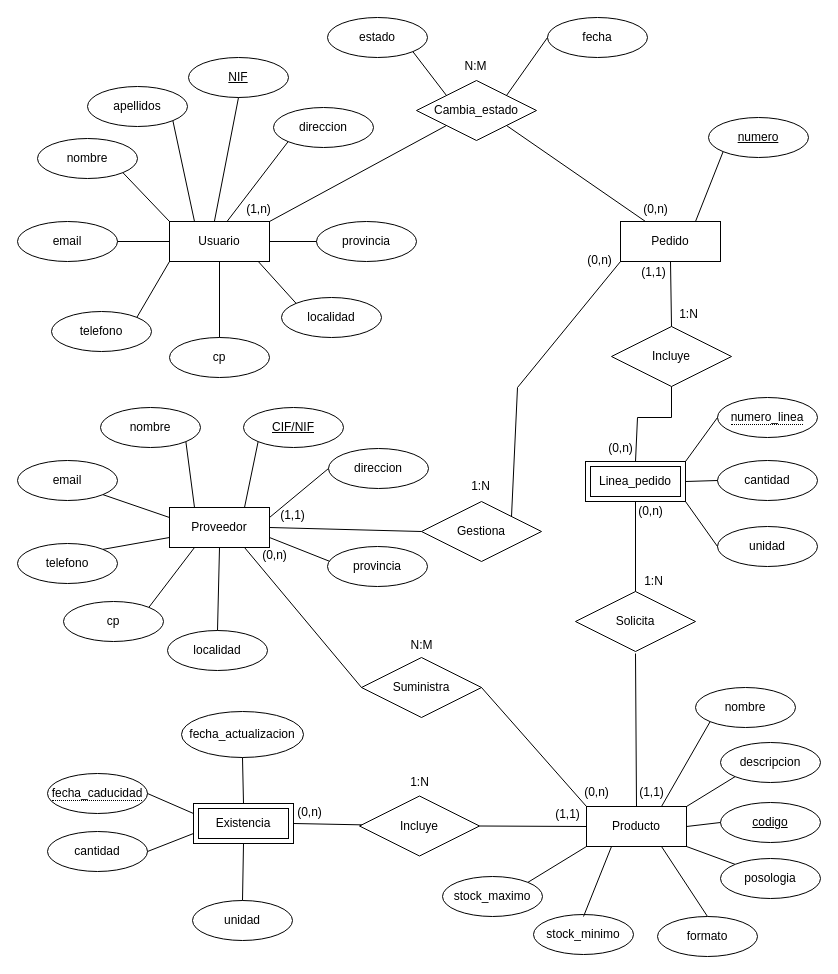
mariopr25/StockAlmacen-ER keeps this draw.io diagram as Diagrama sin título.drawio. Above is the earlier version. Source tidied: cells renumbered, new cells numbered last; positions are measured from the earlier drawing's top-left corner, leaving out a move shared by most shapes. Both pictures are drawn from the tidied source at 100%, with x=0, y=0 at pixel (17, 17).
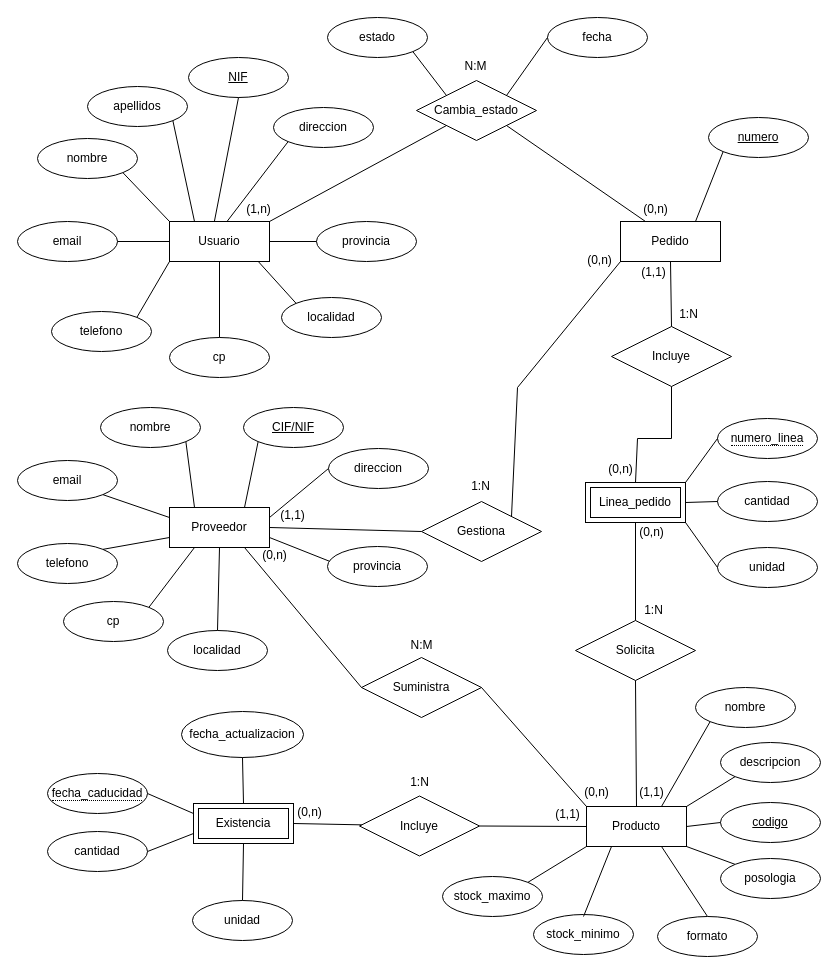
The same diagram, later.

The change refers to these unchanged cells:
```xml
<mxCell id="51" value="Incluye" style="shape=rhombus;perimeter=rhombusPerimeter;whiteSpace=wrap;html=1;align=center;" parent="1" vertex="1">
  <mxGeometry x="594" y="309" width="120" height="60" as="geometry" />
</mxCell>
<mxCell id="101" value="Producto" style="shape=ext;margin=3;double=0;whiteSpace=wrap;html=1;align=center;" parent="1" vertex="1">
  <mxGeometry x="569" y="789" width="100" height="40" as="geometry" />
</mxCell>
```

Diff of the diagram source:
```diff
@@
     <mxCell id="50" value="Linea_pedido" style="shape=ext;margin=3;double=1;whiteSpace=wrap;html=1;align=center;" parent="1" vertex="1">
-      <mxGeometry x="568" y="444" width="100" height="40" as="geometry" />
+      <mxGeometry x="568" y="465" width="100" height="40" as="geometry" />
     </mxCell>
@@
     <mxCell id="53" style="endArrow=none;html=1;rounded=0;entryX=0.5;entryY=0;entryDx=0;entryDy=0;exitX=0.5;exitY=1;exitDx=0;exitDy=0;" parent="1" edge="1" source="51" target="50">
       <mxGeometry relative="1" as="geometry">
         <Array as="points">
-          <mxPoint x="654" y="400" />
-          <mxPoint x="620" y="400" />
+          <mxPoint x="654" y="421" />
+          <mxPoint x="620" y="421" />
         </Array>
       </mxGeometry>
     </mxCell>
     <mxCell id="54" value="Solicita" style="shape=rhombus;perimeter=rhombusPerimeter;whiteSpace=wrap;html=1;align=center;" parent="1" vertex="1">
-      <mxGeometry x="558" y="574" width="120" height="60" as="geometry" />
+      <mxGeometry x="558" y="603" width="120" height="60" as="geometry" />
     </mxCell>
@@
-    <mxCell id="56" style="endArrow=none;html=1;rounded=0;entryX=0.5;entryY=1;entryDx=0;entryDy=0;exitX=0.5;exitY=0;exitDx=0;exitDy=0;" parent="1" edge="1" source="101">
-      <mxGeometry relative="1" as="geometry">
-        <mxPoint x="618" y="636" as="targetPoint" />
-      </mxGeometry>
+    <mxCell id="56" style="endArrow=none;html=1;rounded=0;entryX=0.5;entryY=1;entryDx=0;entryDy=0;exitX=0.5;exitY=0;exitDx=0;exitDy=0;" parent="1" edge="1" source="101" target="54">
+      <mxGeometry relative="1" as="geometry" />
     </mxCell>
     <mxCell id="57" value="&lt;div&gt;cantidad&lt;/div&gt;" style="ellipse;whiteSpace=wrap;html=1;align=center;" parent="1" vertex="1">
-      <mxGeometry x="700" y="443" width="100" height="40" as="geometry" />
+      <mxGeometry x="700" y="464" width="100" height="40" as="geometry" />
     </mxCell>
@@
     <mxCell id="61" value="&lt;span style=&quot;border-bottom: 1px dotted&quot;&gt;numero_linea&lt;/span&gt;" style="ellipse;whiteSpace=wrap;html=1;align=center;" parent="1" vertex="1">
-      <mxGeometry x="700" y="380" width="100" height="40" as="geometry" />
+      <mxGeometry x="700" y="401" width="100" height="40" as="geometry" />
     </mxCell>
@@
     <mxCell id="72" value="(0,n)" style="text;html=1;align=center;verticalAlign=middle;strokeColor=none;fillColor=none;" parent="1" vertex="1">
-      <mxGeometry x="578" y="416" width="50" height="30" as="geometry" />
+      <mxGeometry x="578" y="437" width="50" height="30" as="geometry" />
     </mxCell>
@@
     <mxCell id="75" value="(0,n)" style="text;html=1;align=center;verticalAlign=middle;strokeColor=none;fillColor=none;" parent="1" vertex="1">
-      <mxGeometry x="608" y="479" width="50" height="30" as="geometry" />
+      <mxGeometry x="609" y="500" width="50" height="30" as="geometry" />
     </mxCell>
     <mxCell id="76" value="1:N" style="text;html=1;align=center;verticalAlign=middle;strokeColor=none;fillColor=none;" parent="1" vertex="1">
-      <mxGeometry x="616" y="549" width="40" height="30" as="geometry" />
+      <mxGeometry x="616" y="578" width="40" height="30" as="geometry" />
     </mxCell>
@@
     <mxCell id="99" value="unidad" style="ellipse;whiteSpace=wrap;html=1;align=center;" parent="1" vertex="1">
-      <mxGeometry x="700" y="509" width="100" height="40" as="geometry" />
+      <mxGeometry x="700" y="530" width="100" height="40" as="geometry" />
     </mxCell>
```
